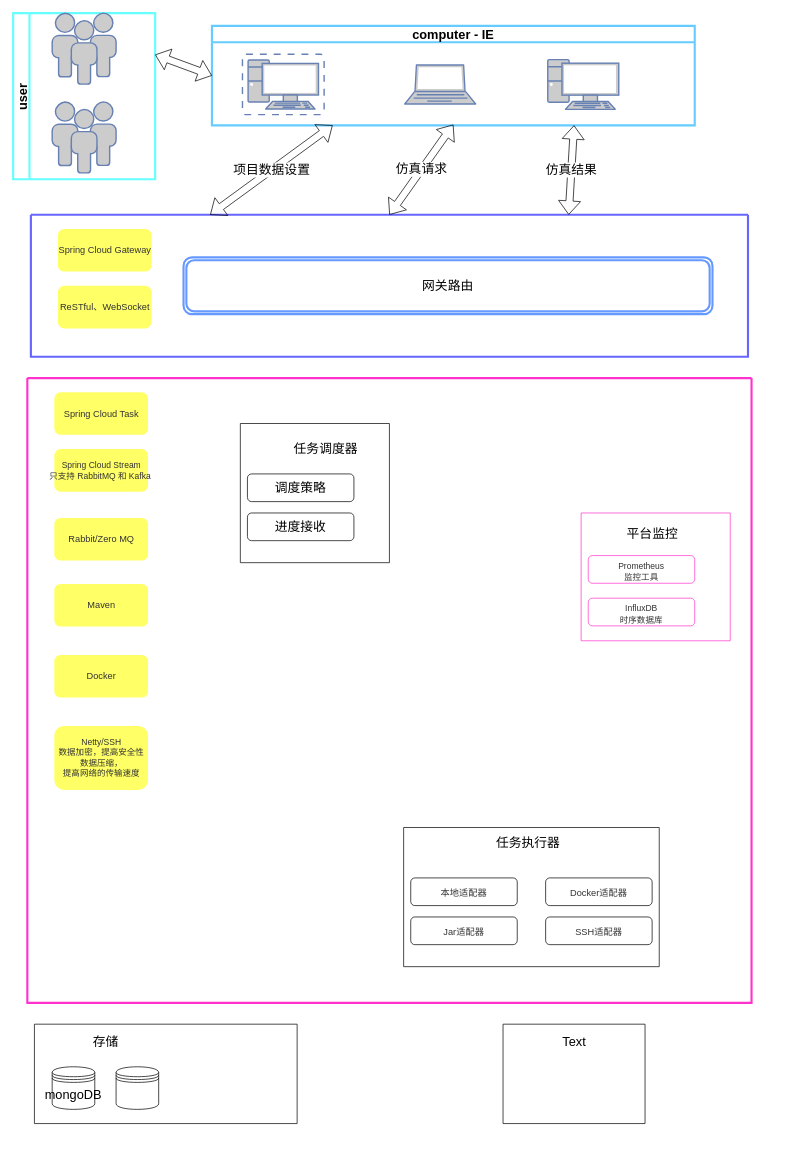
Earlier version of the draw.io diagram doc/Untitled Diagram.drawio (yezhen701/VTCAD). Source tidied: cells renumbered, new cells numbered last; positions are measured from the earlier drawing's top-left corner, leaving out a move shared by most shapes. Both pictures are drawn from the tidied source at 71%, with x=0, y=0 at pixel (13, 13).
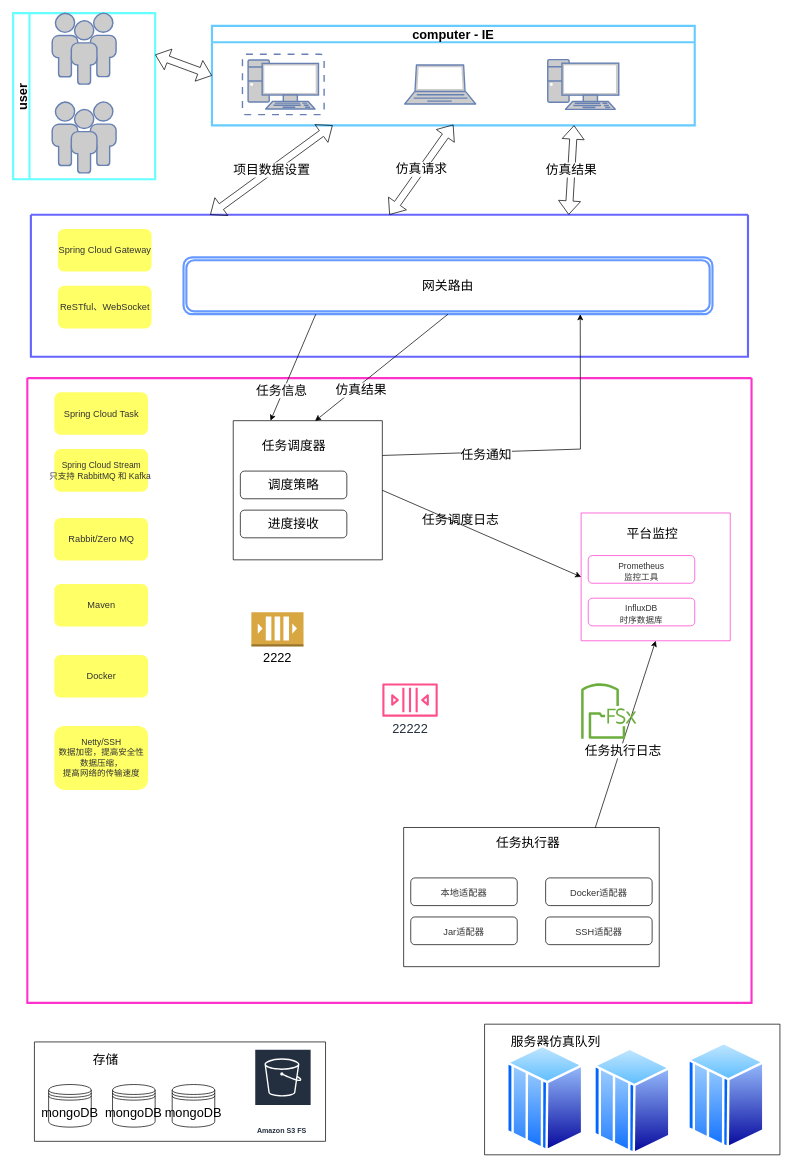
The same page after the edit.

The change refers to these unchanged cells:
```xml
<mxCell id="11" value="&lt;font style=&quot;font-size: 18px&quot;&gt;网关路由&lt;/font&gt;" style="shape=ext;double=1;rounded=1;whiteSpace=wrap;html=1;strokeColor=#6699ff;strokeWidth=3;fontSize=18;" parent="10" vertex="1">
  <mxGeometry x="215" y="60" width="745" height="80" as="geometry" />
</mxCell>
<mxCell id="17" style="swimlane;startSize=0;fontSize=18;strokeColor=#ff33cc;strokeWidth=3;" parent="1" vertex="1">
  <mxGeometry x="20" y="514" width="1020" height="880" as="geometry" />
</mxCell>
<mxCell id="27" style="swimlane;startSize=0;fontSize=18;strokeColor=#ff33cc;" parent="17" vertex="1">
  <mxGeometry x="780" y="190" width="210" height="180" as="geometry" />
</mxCell>
<mxCell id="30" style="swimlane;startSize=0;fontSize=18;" parent="17" vertex="1">
  <mxGeometry x="530" y="633" width="360" height="196" as="geometry" />
</mxCell>
```

Diff of the diagram source:
```diff
@@
     <mxCell id="24" style="swimlane;startSize=0;fontSize=18;" parent="17" vertex="1">
-      <mxGeometry x="300" y="64" width="210" height="196" as="geometry" />
+      <mxGeometry x="290" y="60" width="210" height="196" as="geometry" />
     </mxCell>
@@
+    <mxCell id="36" value="任务调度器" style="text;html=1;align=center;verticalAlign=middle;strokeColor=none;fillColor=none;fontSize=18;" parent="24" vertex="1">
+      <mxGeometry x="30" y="21" width="110" height="30" as="geometry" />
+    </mxCell>
@@
-    <mxCell id="36" value="任务调度器" style="text;html=1;align=center;verticalAlign=middle;strokeColor=none;fillColor=none;fontSize=18;" parent="1" vertex="1">
-      <mxGeometry x="385" y="599" width="110" height="30" as="geometry" />
-    </mxCell>
+    <mxCell id="44" style="endArrow=classic;html=1;rounded=0;fontSize=18;entryX=0;entryY=0.5;entryDx=0;entryDy=0;exitX=1;exitY=0.5;exitDx=0;exitDy=0;" parent="17" edge="1" source="24" target="27">
+      <mxGeometry relative="1" as="geometry" />
+    </mxCell>
+    <mxCell id="45" style="endArrow=classic;html=1;rounded=0;fontSize=18;entryX=0.5;entryY=1;entryDx=0;entryDy=0;exitX=0.75;exitY=0;exitDx=0;exitDy=0;" parent="17" edge="1" source="30" target="27">
+      <mxGeometry relative="1" as="geometry" />
+    </mxCell>
+    <mxCell id="46" value="任务执行日志" style="edgeLabel;html=1;align=center;verticalAlign=middle;fontSize=18;" parent="45" vertex="1">
+      <mxGeometry x="-0.16" y="-4" relative="1" as="geometry">
+        <mxPoint x="-1" y="1" as="offset" />
+      </mxGeometry>
+    </mxCell>
+    <mxCell id="47" value="2222" style="dashed=0;verticalLabelPosition=bottom;verticalAlign=top;align=center;html=1;shape=mxgraph.aws3.queue;fillColor=#D9A741;gradientColor=none;fontSize=18;" parent="17" vertex="1">
+      <mxGeometry x="315.5" y="330" width="73.5" height="48" as="geometry" />
+    </mxCell>
+    <mxCell id="48" value="22222" style="sketch=0;fontColor=#232F3E;gradientColor=none;fillColor=#FF4F8B;strokeColor=none;dashed=0;verticalLabelPosition=bottom;verticalAlign=top;align=center;html=1;fontSize=18;fontStyle=0;shape=mxgraph.aws4.queue;" parent="17" vertex="1">
+      <mxGeometry x="500" y="430" width="78" height="47" as="geometry" />
+    </mxCell>
@@
     <mxCell id="38" style="swimlane;startSize=0;fontSize=18;" parent="1" vertex="1">
-      <mxGeometry x="30" y="1424" width="370" height="140" as="geometry" />
+      <mxGeometry x="30" y="1449" width="410" height="140" as="geometry" />
     </mxCell>
@@
     <mxCell id="40" value="mongoDB" style="shape=datastore;whiteSpace=wrap;html=1;fontSize=18;" parent="38" vertex="1">
-      <mxGeometry x="25" y="60" width="60" height="60" as="geometry" />
+      <mxGeometry x="20" y="60" width="60" height="60" as="geometry" />
     </mxCell>
-    <mxCell id="41" style="shape=datastore;whiteSpace=wrap;html=1;fontSize=18;" parent="38" vertex="1">
-      <mxGeometry x="115" y="60" width="60" height="60" as="geometry" />
+    <mxCell id="41" value="mongoDB" style="shape=datastore;whiteSpace=wrap;html=1;fontSize=18;" parent="38" vertex="1">
+      <mxGeometry x="110" y="60" width="60" height="60" as="geometry" />
     </mxCell>
+    <mxCell id="49" value="Amazon S3 FS&amp;nbsp;" style="sketch=0;fontColor=#232F3E;gradientColor=none;strokeColor=#ffffff;fillColor=#232F3E;dashed=0;verticalLabelPosition=middle;verticalAlign=bottom;align=center;html=1;whiteSpace=wrap;fontSize=10;fontStyle=1;spacing=3;shape=mxgraph.aws4.productIcon;prIcon=mxgraph.aws4.s3;" parent="38" vertex="1">
+      <mxGeometry x="310" y="10" width="80" height="125" as="geometry" />
+    </mxCell>
+    <mxCell id="50" value="mongoDB" style="shape=datastore;whiteSpace=wrap;html=1;fontSize=18;" parent="38" vertex="1">
+      <mxGeometry x="194" y="60" width="60" height="60" as="geometry" />
+    </mxCell>
     <mxCell id="42" style="swimlane;startSize=0;fontSize=18;" parent="1" vertex="1">
-      <mxGeometry x="690" y="1424" width="200" height="140" as="geometry" />
+      <mxGeometry x="664" y="1424" width="416" height="184" as="geometry" />
     </mxCell>
-    <mxCell id="43" value="Text" style="text;html=1;align=center;verticalAlign=middle;strokeColor=none;fillColor=none;fontSize=18;" parent="42" vertex="1">
-      <mxGeometry x="80" y="15" width="40" height="20" as="geometry" />
+    <mxCell id="43" value="服务器仿真队列" style="text;html=1;align=center;verticalAlign=middle;strokeColor=none;fillColor=none;fontSize=18;" parent="42" vertex="1">
+      <mxGeometry x="30" y="10" width="140" height="30" as="geometry" />
     </mxCell>
+    <mxCell id="51" style="perimeter=ellipsePerimeter;html=1;align=center;shadow=0;dashed=0;spacingTop=3;image;image=img/lib/active_directory/mainframe_host.svg;fontSize=18;" parent="42" vertex="1">
+      <mxGeometry x="286" y="25" width="108.7" height="151" as="geometry" />
+    </mxCell>
+    <mxCell id="52" style="perimeter=ellipsePerimeter;html=1;align=center;shadow=0;dashed=0;spacingTop=3;image;image=img/lib/active_directory/mainframe_host.svg;fontSize=18;" parent="42" vertex="1">
+      <mxGeometry x="153.6" y="33" width="108.7" height="151" as="geometry" />
+    </mxCell>
+    <mxCell id="53" value="任务调度日志" style="text;html=1;align=center;verticalAlign=middle;strokeColor=none;fillColor=none;fontSize=18;" parent="1" vertex="1">
+      <mxGeometry x="570" y="699" width="120" height="30" as="geometry" />
+    </mxCell>
+    <mxCell id="54" style="endArrow=classic;html=1;rounded=0;fontSize=18;exitX=0.25;exitY=1;exitDx=0;exitDy=0;entryX=0.25;entryY=0;entryDx=0;entryDy=0;" parent="1" edge="1" source="11" target="24">
+      <mxGeometry relative="1" as="geometry" />
+    </mxCell>
+    <mxCell id="55" value="任务信息" style="edgeLabel;html=1;align=center;verticalAlign=middle;fontSize=18;" parent="54" vertex="1">
+      <mxGeometry x="0.46" y="-2" relative="1" as="geometry">
+        <mxPoint y="-1" as="offset" />
+      </mxGeometry>
+    </mxCell>
+    <mxCell id="56" style="endArrow=classic;html=1;rounded=0;fontSize=18;exitX=0.5;exitY=1;exitDx=0;exitDy=0;entryX=0.549;entryY=0.002;entryDx=0;entryDy=0;entryPerimeter=0;" parent="1" edge="1" source="11" target="24">
+      <mxGeometry relative="1" as="geometry" />
+    </mxCell>
+    <mxCell id="57" value="仿真结果" style="edgeLabel;html=1;align=center;verticalAlign=middle;fontSize=18;" parent="56" vertex="1">
+      <mxGeometry x="0.35" y="6" relative="1" as="geometry" />
+    </mxCell>
+    <mxCell id="58" style="endArrow=classic;html=1;rounded=0;fontSize=18;exitX=1;exitY=0.25;exitDx=0;exitDy=0;entryX=0.75;entryY=1;entryDx=0;entryDy=0;" parent="1" edge="1" source="24" target="11">
+      <mxGeometry relative="1" as="geometry">
+        <Array as="points">
+          <mxPoint x="799" y="614" />
+        </Array>
+      </mxGeometry>
+    </mxCell>
+    <mxCell id="59" value="任务通知" style="edgeLabel;html=1;align=center;verticalAlign=middle;fontSize=18;" parent="58" vertex="1">
+      <mxGeometry x="-0.38" y="-4" relative="1" as="geometry" />
+    </mxCell>
+    <mxCell id="60" style="sketch=0;fontColor=#232F3E;gradientColor=none;fillColor=#6CAE3E;strokeColor=none;dashed=0;verticalLabelPosition=bottom;verticalAlign=top;align=center;html=1;fontSize=12;fontStyle=0;shape=mxgraph.aws4.fsx_file_gateway;" parent="1" vertex="1">
+      <mxGeometry x="800" y="944" width="78" height="78" as="geometry" />
+    </mxCell>
+    <mxCell id="61" style="perimeter=ellipsePerimeter;html=1;align=center;shadow=0;dashed=0;spacingTop=3;image;image=img/lib/active_directory/mainframe_host.svg;fontSize=18;" parent="1" vertex="1">
+      <mxGeometry x="694.8" y="1453" width="108.7" height="151" as="geometry" />
+    </mxCell>
```
